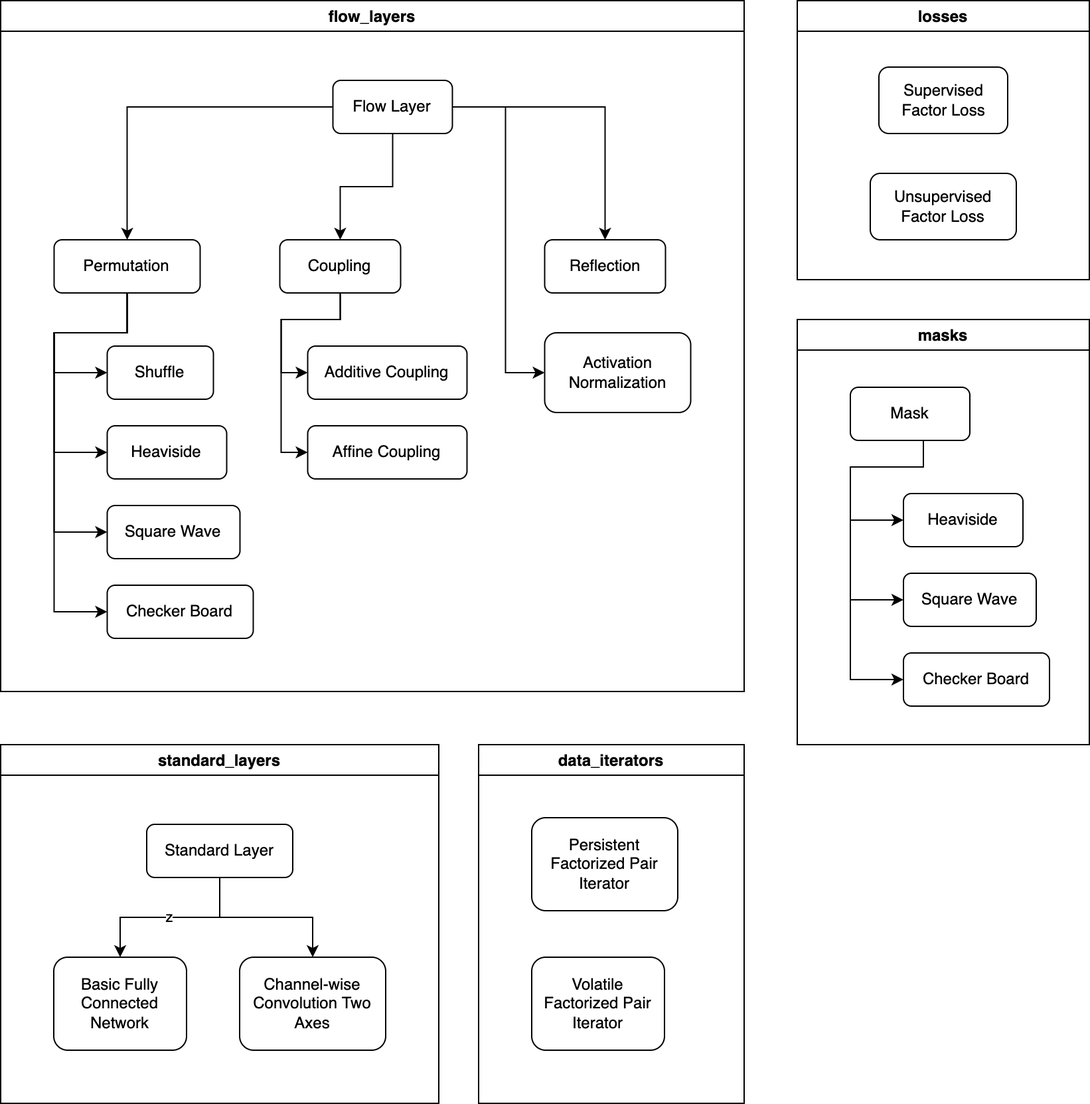
TimHenry1995/gyoza keeps this draw.io diagram as docs/images/class_diagram.png. Above is the earlier version. Source tidied: cells renumbered, new cells last; positions are measured from the earlier drawing's top-left corner, leaving out a move shared by most shapes.
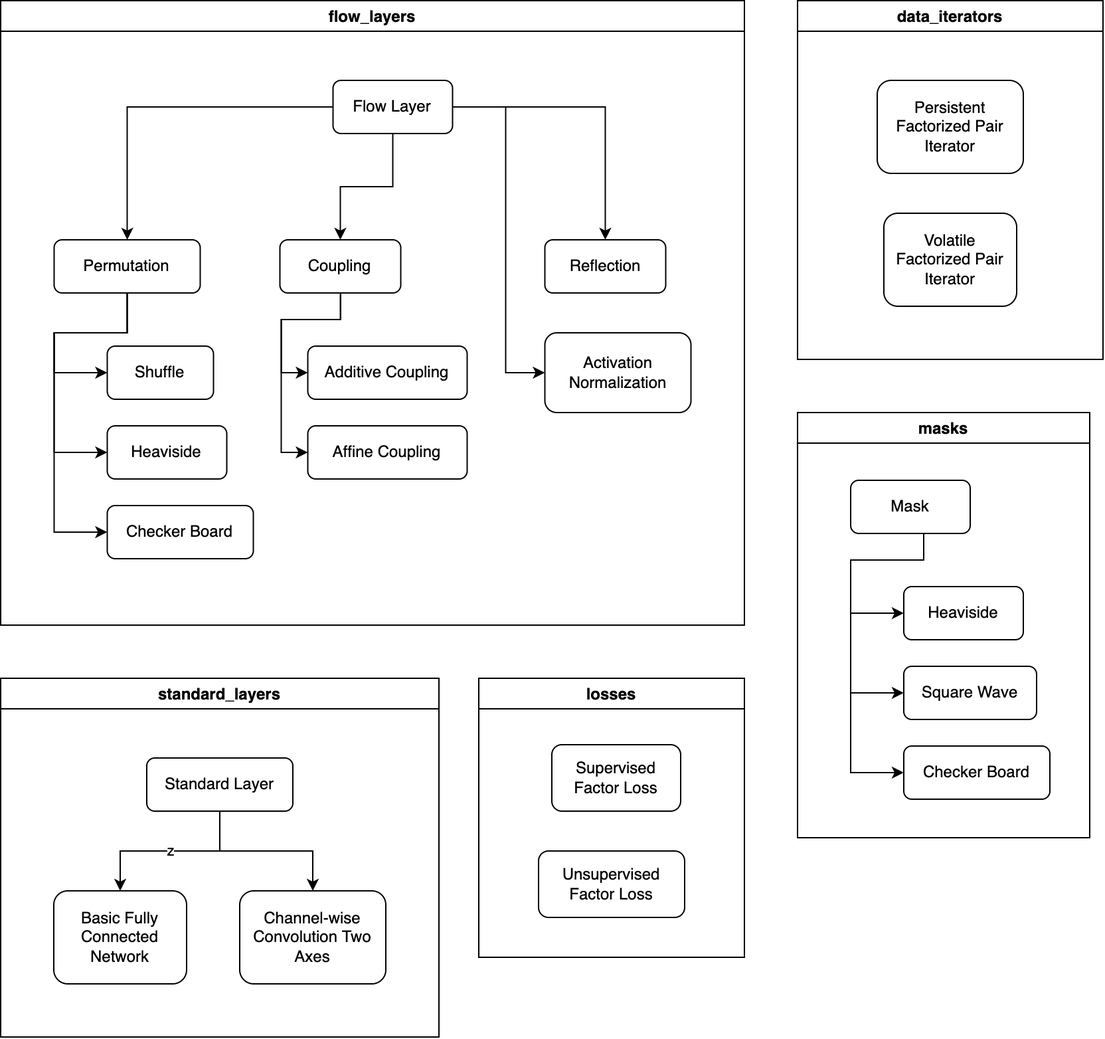
The same file after the commit.

Commit message:
Masks now offers checkerboard for 1 and 2 axes

Change to the diagram source:
```diff
@@ -3,7 +3,7 @@
     <mxCell id="0" />
     <mxCell id="1" parent="0" />
     <mxCell id="2" value="flow_layers" style="swimlane;" parent="1" vertex="1">
-      <mxGeometry width="560" height="520" as="geometry" />
+      <mxGeometry width="560" height="470" as="geometry" />
     </mxCell>
     <mxCell id="3" value="Flow Layer" style="rounded=1;whiteSpace=wrap;html=1;" parent="2" vertex="1">
       <mxGeometry x="250.2" y="60" width="90" height="40" as="geometry" />
@@ -38,148 +38,137 @@
         </Array>
       </mxGeometry>
     </mxCell>
-    <mxCell id="10" value="Square Wave" style="whiteSpace=wrap;html=1;rounded=1;" parent="2" vertex="1">
-      <mxGeometry x="80.2" y="380" width="100" height="40" as="geometry" />
+    <mxCell id="10" style="edgeStyle=orthogonalEdgeStyle;rounded=0;jettySize=auto;html=1;" parent="2" edge="1" source="4">
+      <mxGeometry relative="1" as="geometry">
+        <mxPoint x="80.2" y="400" as="targetPoint" />
+        <Array as="points">
+          <mxPoint x="95.2" y="250" />
+          <mxPoint x="40.2" y="250" />
+          <mxPoint x="40.2" y="400" />
+        </Array>
+      </mxGeometry>
     </mxCell>
-    <mxCell id="11" style="edgeStyle=orthogonalEdgeStyle;rounded=0;jettySize=auto;html=1;" parent="2" edge="1" source="4" target="10">
-      <mxGeometry relative="1" as="geometry">
-        <Array as="points">
-          <mxPoint x="95.2" y="250" />
-          <mxPoint x="40.2" y="250" />
-          <mxPoint x="40.2" y="400" />
-        </Array>
-      </mxGeometry>
+    <mxCell id="11" value="Checker Board" style="whiteSpace=wrap;html=1;rounded=1;" parent="2" vertex="1">
+      <mxGeometry x="80.2" y="380" width="110" height="40" as="geometry" />
     </mxCell>
-    <mxCell id="12" value="Checker Board" style="whiteSpace=wrap;html=1;rounded=1;" parent="2" vertex="1">
-      <mxGeometry x="80.2" y="440" width="110" height="40" as="geometry" />
+    <mxCell id="12" value="Activation Normalization" style="whiteSpace=wrap;html=1;rounded=1;" parent="2" vertex="1">
+      <mxGeometry x="409.8" y="250" width="110" height="60" as="geometry" />
     </mxCell>
-    <mxCell id="13" style="edgeStyle=orthogonalEdgeStyle;rounded=0;jettySize=auto;html=1;" parent="2" edge="1" source="4" target="12">
+    <mxCell id="13" style="edgeStyle=orthogonalEdgeStyle;rounded=0;jettySize=auto;html=1;entryX=0;entryY=0.5;entryDx=0;entryDy=0;" parent="2" edge="1" source="3" target="12">
       <mxGeometry relative="1" as="geometry">
         <Array as="points">
-          <mxPoint x="95.2" y="250" />
-          <mxPoint x="40.2" y="250" />
-          <mxPoint x="40.2" y="460" />
+          <mxPoint x="380.2" y="80" />
+          <mxPoint x="380.2" y="280" />
         </Array>
       </mxGeometry>
     </mxCell>
-    <mxCell id="14" value="Activation Normalization" style="whiteSpace=wrap;html=1;rounded=1;" parent="2" vertex="1">
-      <mxGeometry x="409.8" y="250" width="110" height="60" as="geometry" />
+    <mxCell id="14" value="Coupling" style="whiteSpace=wrap;html=1;rounded=1;" parent="2" vertex="1">
+      <mxGeometry x="210.2" y="180" width="91" height="40" as="geometry" />
     </mxCell>
-    <mxCell id="15" style="edgeStyle=orthogonalEdgeStyle;rounded=0;jettySize=auto;html=1;entryX=0;entryY=0.5;entryDx=0;entryDy=0;" parent="2" edge="1" source="3" target="14">
-      <mxGeometry relative="1" as="geometry">
-        <Array as="points">
-          <mxPoint x="380.2" y="80" />
-          <mxPoint x="380.2" y="280" />
-        </Array>
-      </mxGeometry>
+    <mxCell id="15" style="edgeStyle=orthogonalEdgeStyle;rounded=0;jettySize=auto;html=1;entryX=0.5;entryY=0;entryDx=0;entryDy=0;" parent="2" edge="1" source="3" target="14">
+      <mxGeometry relative="1" as="geometry" />
     </mxCell>
-    <mxCell id="16" value="Coupling" style="whiteSpace=wrap;html=1;rounded=1;" parent="2" vertex="1">
-      <mxGeometry x="210.2" y="180" width="91" height="40" as="geometry" />
+    <mxCell id="16" value="Reflection" style="whiteSpace=wrap;html=1;rounded=1;" parent="2" vertex="1">
+      <mxGeometry x="409.8" y="180" width="91" height="40" as="geometry" />
     </mxCell>
     <mxCell id="17" style="edgeStyle=orthogonalEdgeStyle;rounded=0;jettySize=auto;html=1;entryX=0.5;entryY=0;entryDx=0;entryDy=0;" parent="2" edge="1" source="3" target="16">
       <mxGeometry relative="1" as="geometry" />
     </mxCell>
-    <mxCell id="18" value="Reflection" style="whiteSpace=wrap;html=1;rounded=1;" parent="2" vertex="1">
-      <mxGeometry x="409.8" y="180" width="91" height="40" as="geometry" />
+    <mxCell id="18" value="Additive Coupling" style="whiteSpace=wrap;html=1;rounded=1;" parent="2" vertex="1">
+      <mxGeometry x="231.2" y="260" width="120" height="40" as="geometry" />
     </mxCell>
-    <mxCell id="19" style="edgeStyle=orthogonalEdgeStyle;rounded=0;jettySize=auto;html=1;entryX=0.5;entryY=0;entryDx=0;entryDy=0;" parent="2" edge="1" source="3" target="18">
+    <mxCell id="19" style="edgeStyle=orthogonalEdgeStyle;rounded=0;jettySize=auto;html=1;entryX=0;entryY=0.5;entryDx=0;entryDy=0;" parent="2" edge="1" source="14" target="18">
       <mxGeometry relative="1" as="geometry" />
     </mxCell>
-    <mxCell id="20" value="Additive Coupling" style="whiteSpace=wrap;html=1;rounded=1;" parent="2" vertex="1">
-      <mxGeometry x="231.2" y="260" width="120" height="40" as="geometry" />
+    <mxCell id="20" value="Affine Coupling" style="whiteSpace=wrap;html=1;rounded=1;" parent="2" vertex="1">
+      <mxGeometry x="231.2" y="320" width="120" height="40" as="geometry" />
     </mxCell>
-    <mxCell id="21" style="edgeStyle=orthogonalEdgeStyle;rounded=0;jettySize=auto;html=1;entryX=0;entryY=0.5;entryDx=0;entryDy=0;" parent="2" edge="1" source="16" target="20">
-      <mxGeometry relative="1" as="geometry" />
+    <mxCell id="21" style="edgeStyle=orthogonalEdgeStyle;rounded=0;jettySize=auto;html=1;entryX=0;entryY=0.5;entryDx=0;entryDy=0;" parent="2" edge="1" source="14" target="20">
+      <mxGeometry relative="1" as="geometry">
+        <Array as="points">
+          <mxPoint x="256.2" y="240" />
+          <mxPoint x="211.2" y="240" />
+          <mxPoint x="211.2" y="340" />
+        </Array>
+      </mxGeometry>
     </mxCell>
-    <mxCell id="22" value="Affine Coupling" style="whiteSpace=wrap;html=1;rounded=1;" parent="2" vertex="1">
-      <mxGeometry x="231.2" y="320" width="120" height="40" as="geometry" />
+    <mxCell id="22" value="losses" style="swimlane;" parent="1" vertex="1">
+      <mxGeometry x="360" y="510" width="200" height="210" as="geometry" />
     </mxCell>
-    <mxCell id="23" style="edgeStyle=orthogonalEdgeStyle;rounded=0;jettySize=auto;html=1;entryX=0;entryY=0.5;entryDx=0;entryDy=0;" parent="2" edge="1" source="16" target="22">
-      <mxGeometry relative="1" as="geometry">
-        <Array as="points">
-          <mxPoint x="256.2" y="240" />
-          <mxPoint x="211.2" y="240" />
-          <mxPoint x="211.2" y="340" />
-        </Array>
-      </mxGeometry>
+    <mxCell id="23" value="Supervised Factor Loss" style="rounded=1;whiteSpace=wrap;html=1;" parent="22" vertex="1">
+      <mxGeometry x="55" y="50" width="97" height="50" as="geometry" />
     </mxCell>
-    <mxCell id="24" value="losses" style="swimlane;" parent="1" vertex="1">
-      <mxGeometry x="600" width="220" height="210" as="geometry" />
+    <mxCell id="24" value="Unsupervised Factor Loss" style="rounded=1;whiteSpace=wrap;html=1;" parent="22" vertex="1">
+      <mxGeometry x="45" y="130" width="110" height="50" as="geometry" />
     </mxCell>
-    <mxCell id="25" value="Supervised Factor Loss" style="rounded=1;whiteSpace=wrap;html=1;" parent="24" vertex="1">
-      <mxGeometry x="61.5" y="50" width="97" height="50" as="geometry" />
+    <mxCell id="25" value="masks" style="swimlane;" parent="1" vertex="1">
+      <mxGeometry x="600" y="310" width="220" height="320" as="geometry" />
     </mxCell>
-    <mxCell id="26" value="Unsupervised Factor Loss" style="rounded=1;whiteSpace=wrap;html=1;" parent="24" vertex="1">
-      <mxGeometry x="55" y="130" width="110" height="50" as="geometry" />
+    <mxCell id="26" value="Mask" style="rounded=1;whiteSpace=wrap;html=1;" parent="25" vertex="1">
+      <mxGeometry x="40" y="51" width="90" height="40" as="geometry" />
     </mxCell>
-    <mxCell id="27" value="masks" style="swimlane;" parent="1" vertex="1">
-      <mxGeometry x="600" y="240" width="220" height="320" as="geometry" />
+    <mxCell id="27" value="Heaviside" style="whiteSpace=wrap;html=1;rounded=1;" parent="25" vertex="1">
+      <mxGeometry x="80" y="131" width="90" height="40" as="geometry" />
     </mxCell>
-    <mxCell id="28" value="Mask" style="rounded=1;whiteSpace=wrap;html=1;" parent="27" vertex="1">
-      <mxGeometry x="40" y="51" width="90" height="40" as="geometry" />
+    <mxCell id="28" style="edgeStyle=orthogonalEdgeStyle;rounded=0;jettySize=auto;html=1;entryX=0;entryY=0.5;entryDx=0;entryDy=0;" parent="25" edge="1" source="26" target="27">
+      <mxGeometry relative="1" as="geometry">
+        <Array as="points">
+          <mxPoint x="95" y="111" />
+          <mxPoint x="40" y="111" />
+          <mxPoint x="40" y="151" />
+        </Array>
+      </mxGeometry>
     </mxCell>
-    <mxCell id="29" value="Heaviside" style="whiteSpace=wrap;html=1;rounded=1;" parent="27" vertex="1">
-      <mxGeometry x="80" y="131" width="90" height="40" as="geometry" />
+    <mxCell id="29" value="Square Wave" style="whiteSpace=wrap;html=1;rounded=1;" parent="25" vertex="1">
+      <mxGeometry x="80" y="191" width="100" height="40" as="geometry" />
     </mxCell>
-    <mxCell id="30" style="edgeStyle=orthogonalEdgeStyle;rounded=0;jettySize=auto;html=1;entryX=0;entryY=0.5;entryDx=0;entryDy=0;" parent="27" edge="1" source="28" target="29">
+    <mxCell id="30" style="edgeStyle=orthogonalEdgeStyle;rounded=0;jettySize=auto;html=1;entryX=0;entryY=0.5;entryDx=0;entryDy=0;" parent="25" edge="1" source="26" target="29">
       <mxGeometry relative="1" as="geometry">
         <Array as="points">
           <mxPoint x="95" y="111" />
           <mxPoint x="40" y="111" />
-          <mxPoint x="40" y="151" />
+          <mxPoint x="40" y="211" />
         </Array>
       </mxGeometry>
     </mxCell>
-    <mxCell id="31" value="Square Wave" style="whiteSpace=wrap;html=1;rounded=1;" parent="27" vertex="1">
-      <mxGeometry x="80" y="191" width="100" height="40" as="geometry" />
+    <mxCell id="31" value="Checker Board" style="whiteSpace=wrap;html=1;rounded=1;" parent="25" vertex="1">
+      <mxGeometry x="80" y="251" width="110" height="40" as="geometry" />
     </mxCell>
-    <mxCell id="32" style="edgeStyle=orthogonalEdgeStyle;rounded=0;jettySize=auto;html=1;entryX=0;entryY=0.5;entryDx=0;entryDy=0;" parent="27" edge="1" source="28" target="31">
+    <mxCell id="32" style="edgeStyle=orthogonalEdgeStyle;rounded=0;jettySize=auto;html=1;entryX=0;entryY=0.5;entryDx=0;entryDy=0;" parent="25" edge="1" source="26" target="31">
       <mxGeometry relative="1" as="geometry">
         <Array as="points">
           <mxPoint x="95" y="111" />
           <mxPoint x="40" y="111" />
-          <mxPoint x="40" y="211" />
+          <mxPoint x="40" y="271" />
         </Array>
       </mxGeometry>
     </mxCell>
-    <mxCell id="33" value="Checker Board" style="whiteSpace=wrap;html=1;rounded=1;" parent="27" vertex="1">
-      <mxGeometry x="80" y="251" width="110" height="40" as="geometry" />
+    <mxCell id="33" value="standard_layers" style="swimlane;" parent="1" vertex="1">
+      <mxGeometry y="510" width="330" height="270" as="geometry" />
     </mxCell>
-    <mxCell id="34" style="edgeStyle=orthogonalEdgeStyle;rounded=0;jettySize=auto;html=1;entryX=0;entryY=0.5;entryDx=0;entryDy=0;" parent="27" edge="1" source="28" target="33">
-      <mxGeometry relative="1" as="geometry">
-        <Array as="points">
-          <mxPoint x="95" y="111" />
-          <mxPoint x="40" y="111" />
-          <mxPoint x="40" y="271" />
-        </Array>
-      </mxGeometry>
+    <mxCell id="34" value="Standard Layer" style="rounded=1;whiteSpace=wrap;html=1;" parent="33" vertex="1">
+      <mxGeometry x="110" y="60" width="110" height="40" as="geometry" />
     </mxCell>
-    <mxCell id="35" value="standard_layers" style="swimlane;" parent="1" vertex="1">
-      <mxGeometry y="560" width="330" height="270" as="geometry" />
+    <mxCell id="35" value="Basic Fully Connected Network" style="whiteSpace=wrap;html=1;rounded=1;" parent="33" vertex="1">
+      <mxGeometry x="40" y="160" width="100" height="70" as="geometry" />
     </mxCell>
-    <mxCell id="36" value="Standard Layer" style="rounded=1;whiteSpace=wrap;html=1;" parent="35" vertex="1">
-      <mxGeometry x="110" y="60" width="110" height="40" as="geometry" />
+    <mxCell id="36" value="z" style="edgeStyle=orthogonalEdgeStyle;rounded=0;jettySize=auto;html=1;" parent="33" edge="1" source="34" target="35">
+      <mxGeometry relative="1" as="geometry" />
     </mxCell>
-    <mxCell id="37" value="Basic Fully Connected Network" style="whiteSpace=wrap;html=1;rounded=1;" parent="35" vertex="1">
-      <mxGeometry x="40" y="160" width="100" height="70" as="geometry" />
+    <mxCell id="37" value="Channel-wise Convolution Two Axes" style="whiteSpace=wrap;html=1;rounded=1;" parent="33" vertex="1">
+      <mxGeometry x="180" y="160" width="110" height="70" as="geometry" />
     </mxCell>
-    <mxCell id="38" value="z" style="edgeStyle=orthogonalEdgeStyle;rounded=0;jettySize=auto;html=1;" parent="35" edge="1" source="36" target="37">
+    <mxCell id="38" style="edgeStyle=orthogonalEdgeStyle;rounded=0;jettySize=auto;html=1;entryX=0.5;entryY=0;entryDx=0;entryDy=0;" parent="33" edge="1" source="34" target="37">
       <mxGeometry relative="1" as="geometry" />
     </mxCell>
-    <mxCell id="39" value="Channel-wise Convolution Two Axes" style="whiteSpace=wrap;html=1;rounded=1;" parent="35" vertex="1">
-      <mxGeometry x="180" y="160" width="110" height="70" as="geometry" />
+    <mxCell id="39" value="data_iterators" style="swimlane;" parent="1" vertex="1">
+      <mxGeometry x="600" width="230" height="270" as="geometry" />
     </mxCell>
-    <mxCell id="40" style="edgeStyle=orthogonalEdgeStyle;rounded=0;jettySize=auto;html=1;entryX=0.5;entryY=0;entryDx=0;entryDy=0;" parent="35" edge="1" source="36" target="39">
-      <mxGeometry relative="1" as="geometry" />
+    <mxCell id="40" value="Persistent Factorized Pair Iterator" style="rounded=1;whiteSpace=wrap;html=1;" parent="39" vertex="1">
+      <mxGeometry x="60" y="60" width="110" height="70" as="geometry" />
     </mxCell>
-    <mxCell id="41" value="data_iterators" style="swimlane;" parent="1" vertex="1">
-      <mxGeometry x="360" y="560" width="200" height="270" as="geometry" />
+    <mxCell id="41" value="Volatile Factorized Pair Iterator" style="whiteSpace=wrap;html=1;rounded=1;" parent="39" vertex="1">
+      <mxGeometry x="65" y="160" width="100" height="70" as="geometry" />
     </mxCell>
-    <mxCell id="42" value="Persistent Factorized Pair Iterator" style="rounded=1;whiteSpace=wrap;html=1;" parent="41" vertex="1">
-      <mxGeometry x="40" y="55" width="110" height="70" as="geometry" />
-    </mxCell>
-    <mxCell id="43" value="Volatile Factorized Pair Iterator" style="whiteSpace=wrap;html=1;rounded=1;" parent="41" vertex="1">
-      <mxGeometry x="40" y="160" width="100" height="70" as="geometry" />
-    </mxCell>
   </root>
 </mxGraphModel>
```
